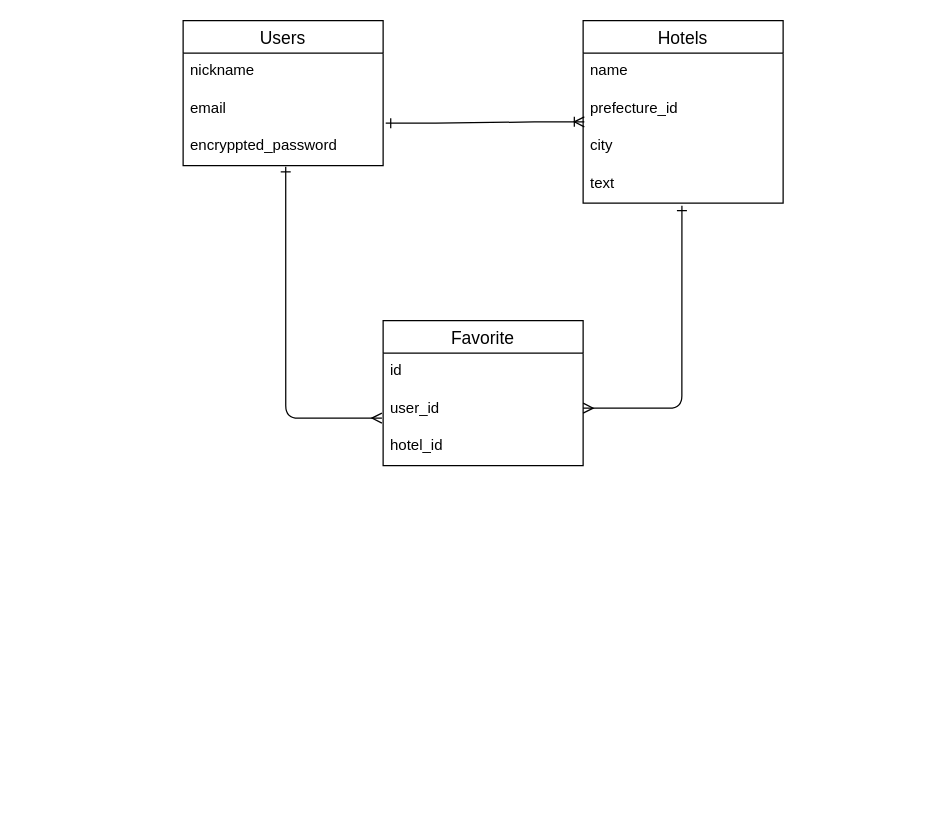
Earlier version of the draw.io diagram staysnap.dio (Suchon4031/hotel-app). Source tidied: cells renumbered, new cells numbered last; positions are measured from the earlier drawing's top-left corner, leaving out a move shared by most shapes. Both pictures are drawn from the tidied source at 125%, with x=0, y=0 at pixel (182, 20).
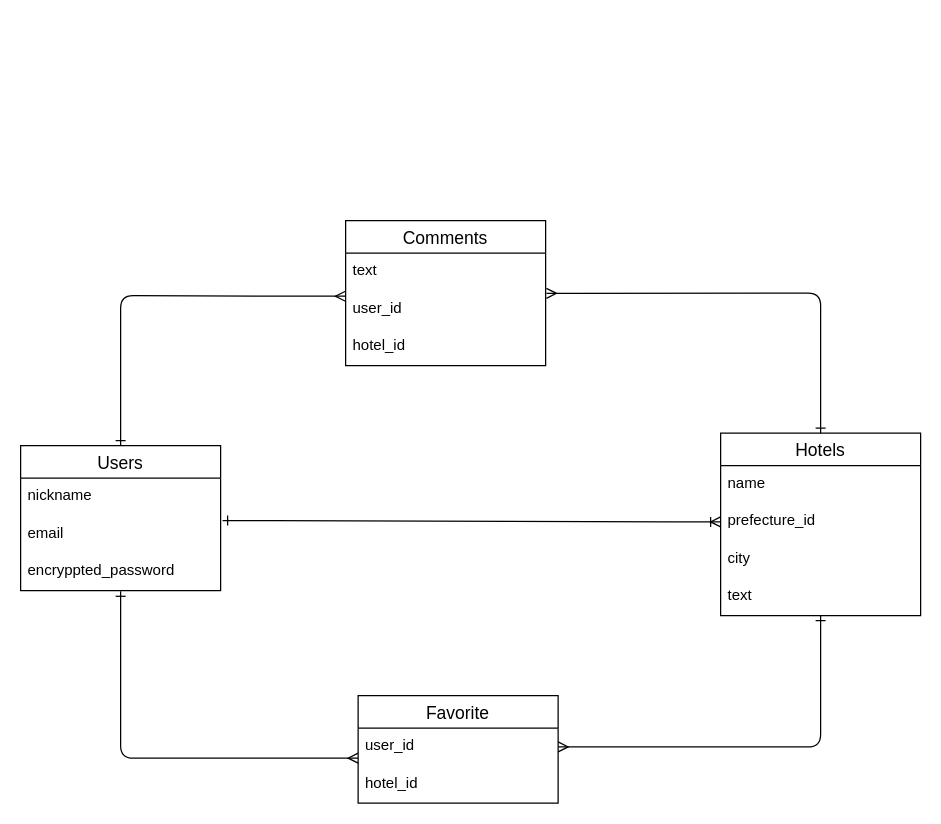
The same diagram, later.

The change refers to these unchanged cells:
```xml
<mxCell id="4" value="email" style="text;strokeColor=none;fillColor=none;spacingLeft=4;spacingRight=4;overflow=hidden;points=[[0,0.5],[1,0.5]];portConstraint=eastwest;fontSize=12;" parent="2" vertex="1">
  <mxGeometry y="56" width="160" height="30" as="geometry" />
</mxCell>
<mxCell id="5" value="encryppted_password&#10;" style="text;strokeColor=none;fillColor=none;spacingLeft=4;spacingRight=4;overflow=hidden;points=[[0,0.5],[1,0.5]];portConstraint=eastwest;fontSize=12;" parent="2" vertex="1">
  <mxGeometry y="86" width="160" height="30" as="geometry" />
</mxCell>
<mxCell id="8" value="prefecture_id" style="text;strokeColor=none;fillColor=none;spacingLeft=4;spacingRight=4;overflow=hidden;points=[[0,0.5],[1,0.5]];portConstraint=eastwest;fontSize=12;" parent="6" vertex="1">
  <mxGeometry y="56" width="160" height="30" as="geometry" />
</mxCell>
<mxCell id="10" value="text" style="text;strokeColor=none;fillColor=none;spacingLeft=4;spacingRight=4;overflow=hidden;points=[[0,0.5],[1,0.5]];portConstraint=eastwest;fontSize=12;" parent="6" vertex="1">
  <mxGeometry y="116" width="160" height="30" as="geometry" />
</mxCell>
```

Diff of the diagram source:
```diff
@@
     <mxCell id="2" value="Users" style="swimlane;fontStyle=0;horizontal=1;startSize=26;align=center;fontSize=14;" parent="1" vertex="1">
-      <mxGeometry width="160" height="116" as="geometry" />
+      <mxGeometry x="-130" y="340" width="160" height="116" as="geometry" />
     </mxCell>
@@
     <mxCell id="6" value="Hotels" style="swimlane;fontStyle=0;horizontal=1;startSize=26;align=center;fontSize=14;" parent="1" vertex="1">
-      <mxGeometry x="320" width="160" height="146" as="geometry" />
+      <mxGeometry x="430" y="330" width="160" height="146" as="geometry" />
     </mxCell>
@@
     <mxCell id="11" value="Favorite" style="swimlane;fontStyle=0;horizontal=1;startSize=26;align=center;fontSize=14;labelBackgroundColor=default;" parent="1" vertex="1">
-      <mxGeometry x="160" y="240" width="160" height="116" as="geometry" />
+      <mxGeometry x="140" y="540" width="160" height="86" as="geometry" />
     </mxCell>
-    <mxCell id="12" value="id" style="text;strokeColor=none;fillColor=none;spacingLeft=4;spacingRight=4;overflow=hidden;fontSize=12;" parent="11" vertex="1">
-      <mxGeometry y="26" width="160" height="30" as="geometry" />
-    </mxCell>
     <mxCell id="13" value="user_id" style="text;strokeColor=none;fillColor=none;spacingLeft=4;spacingRight=4;overflow=hidden;points=[[0,0.5],[1,0.5]];portConstraint=eastwest;fontSize=12;" parent="11" vertex="1">
-      <mxGeometry y="56" width="160" height="30" as="geometry" />
+      <mxGeometry y="26" width="160" height="30" as="geometry" />
     </mxCell>
     <mxCell id="14" value="hotel_id" style="text;strokeColor=none;fillColor=none;spacingLeft=4;spacingRight=4;overflow=hidden;fontSize=12;" parent="11" vertex="1">
-      <mxGeometry y="86" width="160" height="30" as="geometry" />
+      <mxGeometry y="56" width="160" height="30" as="geometry" />
     </mxCell>
-    <mxCell id="15" style="edgeStyle=entityRelationEdgeStyle;fontSize=12;html=1;endArrow=ERoneToMany;exitX=1.013;exitY=0.867;exitDx=0;exitDy=0;exitPerimeter=0;entryX=0.006;entryY=0.833;entryDx=0;entryDy=0;entryPerimeter=0;startArrow=ERone;startFill=0;" parent="1" edge="1" source="4" target="8">
+    <mxCell id="15" style="edgeStyle=entityRelationEdgeStyle;fontSize=12;html=1;endArrow=ERoneToMany;entryX=0;entryY=0.5;entryDx=0;entryDy=0;startArrow=ERone;startFill=0;exitX=1.01;exitY=0.133;exitDx=0;exitDy=0;exitPerimeter=0;" parent="1" edge="1" source="4" target="8">
       <mxGeometry relative="1" as="geometry" />
     </mxCell>
-    <mxCell id="16" style="edgeStyle=orthogonalEdgeStyle;fontSize=12;html=1;endArrow=ERone;entryX=0.494;entryY=1.067;entryDx=0;entryDy=0;entryPerimeter=0;startArrow=ERmany;startFill=0;endFill=0;" parent="1" edge="1" target="10">
+    <mxCell id="16" style="edgeStyle=orthogonalEdgeStyle;fontSize=12;html=1;endArrow=ERone;startArrow=ERmany;startFill=0;endFill=0;entryX=0.5;entryY=1;entryDx=0;entryDy=0;exitX=1;exitY=0.5;exitDx=0;exitDy=0;" parent="1" edge="1" source="13" target="6">
       <mxGeometry relative="1" as="geometry">
-        <mxPoint x="320" y="310" as="sourcePoint" />
         <Array as="points">
-          <mxPoint x="399" y="310" />
+          <mxPoint x="510" y="581" />
         </Array>
       </mxGeometry>
     </mxCell>
-    <mxCell id="17" style="edgeStyle=orthogonalEdgeStyle;fontSize=12;html=1;endArrow=ERone;exitX=-0.006;exitY=0.733;exitDx=0;exitDy=0;exitPerimeter=0;startArrow=ERmany;startFill=0;endFill=0;entryX=0.513;entryY=1.033;entryDx=0;entryDy=0;entryPerimeter=0;" parent="1" edge="1" source="13" target="5">
+    <mxCell id="17" style="edgeStyle=orthogonalEdgeStyle;fontSize=12;html=1;endArrow=ERone;startArrow=ERmany;startFill=0;endFill=0;entryX=0.5;entryY=1.018;entryDx=0;entryDy=0;entryPerimeter=0;" parent="1" edge="1" source="13" target="5">
       <mxGeometry relative="1" as="geometry">
         <Array as="points">
-          <mxPoint x="82" y="318" />
+          <mxPoint x="-50" y="590" />
         </Array>
       </mxGeometry>
     </mxCell>
+    <mxCell id="18" value="Comments" style="swimlane;fontStyle=0;horizontal=1;startSize=26;align=center;fontSize=14;" parent="1" vertex="1">
+      <mxGeometry x="130" y="160" width="160" height="116" as="geometry" />
+    </mxCell>
+    <mxCell id="19" value="text" style="text;strokeColor=none;fillColor=none;spacingLeft=4;spacingRight=4;overflow=hidden;fontSize=12;" parent="18" vertex="1">
+      <mxGeometry y="26" width="160" height="30" as="geometry" />
+    </mxCell>
+    <mxCell id="20" value="user_id" style="text;strokeColor=none;fillColor=none;spacingLeft=4;spacingRight=4;overflow=hidden;points=[[0,0.5],[1,0.5]];portConstraint=eastwest;fontSize=12;" parent="18" vertex="1">
+      <mxGeometry y="56" width="160" height="30" as="geometry" />
+    </mxCell>
+    <mxCell id="21" value="hotel_id" style="text;strokeColor=none;fillColor=none;spacingLeft=4;spacingRight=4;overflow=hidden;fontSize=12;" parent="18" vertex="1">
+      <mxGeometry y="86" width="160" height="30" as="geometry" />
+    </mxCell>
+    <mxCell id="22" style="edgeStyle=orthogonalEdgeStyle;fontSize=12;html=1;endArrow=ERone;startArrow=ERmany;startFill=0;endFill=0;entryX=0.5;entryY=0;entryDx=0;entryDy=0;exitX=-0.001;exitY=0.149;exitDx=0;exitDy=0;exitPerimeter=0;" parent="1" edge="1" source="20" target="2">
+      <mxGeometry relative="1" as="geometry">
+        <Array as="points">
+          <mxPoint x="100" y="221" />
+          <mxPoint x="-50" y="220" />
+        </Array>
+      </mxGeometry>
+    </mxCell>
+    <mxCell id="23" style="edgeStyle=orthogonalEdgeStyle;fontSize=12;html=1;endArrow=ERone;exitX=1.004;exitY=0.074;exitDx=0;exitDy=0;startArrow=ERmany;startFill=0;endFill=0;exitPerimeter=0;entryX=0.5;entryY=0;entryDx=0;entryDy=0;" parent="1" edge="1" source="20" target="6">
+      <mxGeometry relative="1" as="geometry">
+        <Array as="points">
+          <mxPoint x="300" y="218" />
+          <mxPoint x="510" y="218" />
+        </Array>
+      </mxGeometry>
+    </mxCell>
```
